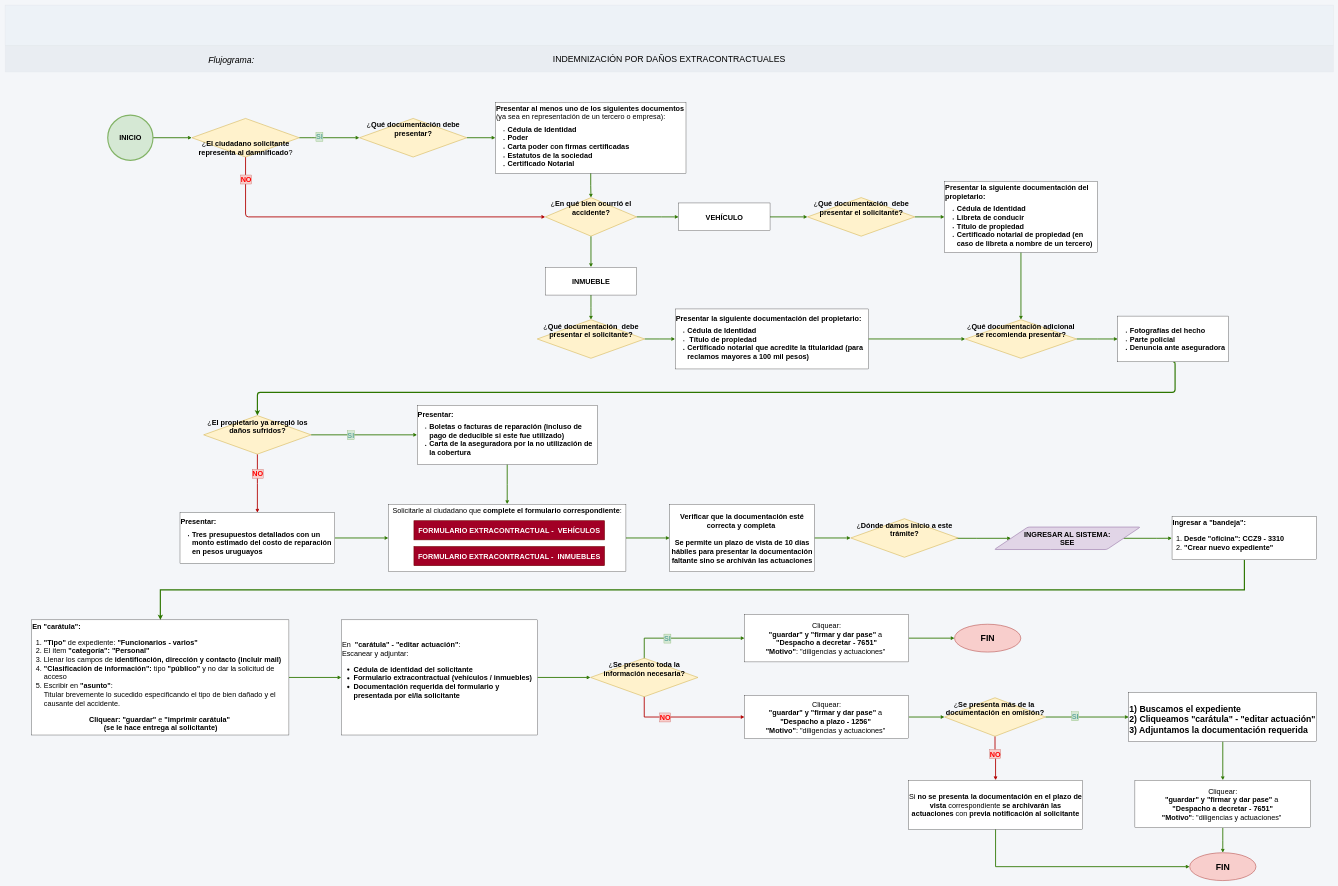
This is daños_extracontractuales/Daños_extracontractuales.drawio from adlc20/Manual_de_procedimientos_ccz9, a draw.io file, before an edit. Source tidied: cells renumbered, new cells numbered last; positions are measured from the earlier drawing's top-left corner, leaving out a move shared by most shapes. Both pictures are drawn from the tidied source at 29%, with x=0, y=0 at pixel (5, 5).
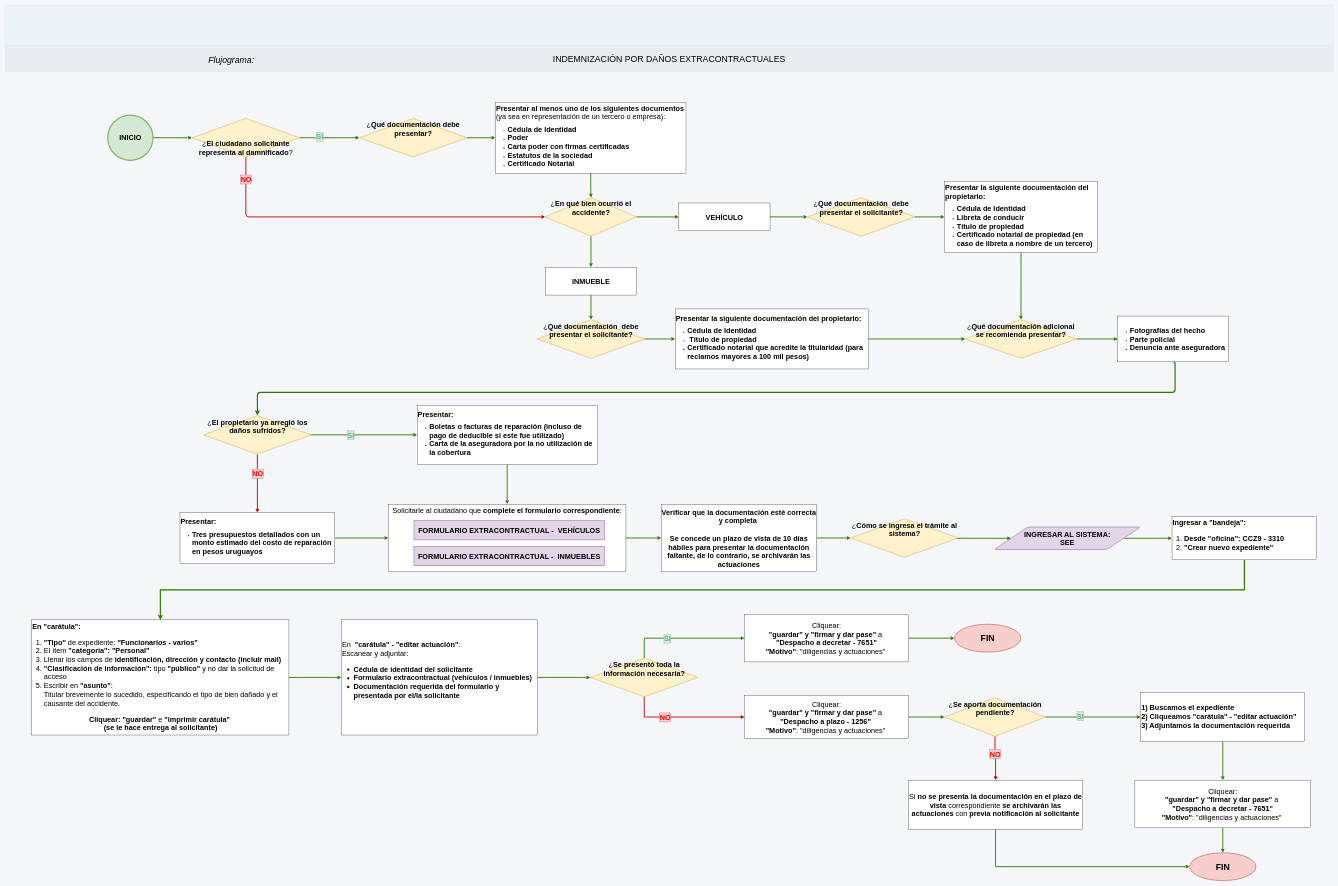
Above is the later version.

Change to the diagram source:
```diff
@@
     <mxCell id="12" value="&lt;span style=&quot;font-size: 25px; background-color: transparent; color: light-dark(rgb(0, 0, 0), rgb(255, 255, 255));&quot;&gt;¿&lt;b&gt;El ciudadano solicitante representa al&lt;/b&gt;&lt;/span&gt;&lt;b style=&quot;background-color: transparent; color: light-dark(rgb(0, 0, 0), rgb(255, 255, 255)); font-size: 25px; text-decoration-line: inherit;&quot;&gt;&amp;nbsp;damnificado&lt;/b&gt;&lt;span style=&quot;background-color: transparent; color: light-dark(rgb(0, 0, 0), rgb(255, 255, 255)); font-size: 25px; text-decoration-line: inherit;&quot;&gt;?&lt;/span&gt;" style="rhombus;whiteSpace=wrap;html=1;shapeInside=1;fillColor=#fff2cc;strokeColor=#d6b656;strokeWidth=2;verticalAlign=bottom;align=center;fontFamily=Helvetica;fontSize=12;fontColor=default;fontStyle=0;" parent="1" vertex="1">
-      <mxGeometry x="644" y="390.9" width="370.5" height="133" as="geometry" />
+      <mxGeometry x="645" y="390.9" width="370.5" height="133" as="geometry" />
     </mxCell>
@@
     <mxCell id="31" value="&lt;font style=&quot;font-size: 25px;&quot;&gt;&lt;b&gt;Presentar la siguiente documentación del propietario:&lt;/b&gt;&lt;/font&gt;&lt;div&gt;&lt;ul&gt;&lt;li&gt;&lt;font style=&quot;font-size: 25px;&quot;&gt;&lt;b&gt;Cédula de Identidad&lt;/b&gt;&lt;/font&gt;&lt;/li&gt;&lt;li&gt;&lt;font style=&quot;font-size: 25px;&quot;&gt;&lt;b&gt;Libreta de conducir&amp;nbsp;&lt;/b&gt;&lt;/font&gt;&lt;/li&gt;&lt;li&gt;&lt;font style=&quot;font-size: 25px;&quot;&gt;&lt;b&gt;Título de propiedad&amp;nbsp;&lt;/b&gt;&lt;/font&gt;&lt;/li&gt;&lt;li&gt;&lt;font style=&quot;font-size: 25px;&quot;&gt;&lt;b&gt;Certificado notarial de propiedad (en caso de libreta a nombre de un tercero)&lt;/b&gt;&lt;/font&gt;&lt;/li&gt;&lt;/ul&gt;&lt;/div&gt;" style="rounded=0;whiteSpace=wrap;html=1;align=left;verticalAlign=top;" parent="1" vertex="1">
-      <mxGeometry x="3239.5" y="608" width="527" height="244.8" as="geometry" />
+      <mxGeometry x="3239.5" y="608" width="527.5" height="244.8" as="geometry" />
     </mxCell>
@@
-    <mxCell id="52" value="&lt;span style=&quot;font-size: 25px; background-color: transparent; color: light-dark(rgb(0, 0, 0), rgb(255, 255, 255));&quot;&gt;¿&lt;b&gt;Dónde damos inicio a este trámite?&lt;/b&gt;&lt;/span&gt;" style="rhombus;whiteSpace=wrap;html=1;shapeInside=1;fillColor=#fff2cc;strokeColor=#d6b656;strokeWidth=2;verticalAlign=top;align=center;fontFamily=Helvetica;fontSize=12;fontColor=default;fontStyle=0;" parent="1" vertex="1">
+    <mxCell id="52" value="&lt;span style=&quot;font-size: 25px; background-color: transparent; color: light-dark(rgb(0, 0, 0), rgb(255, 255, 255));&quot;&gt;¿&lt;b&gt;Cómo se ingresa el trámite al sistema?&lt;/b&gt;&lt;/span&gt;" style="rhombus;whiteSpace=wrap;html=1;shapeInside=1;fillColor=#fff2cc;strokeColor=#d6b656;strokeWidth=2;verticalAlign=top;align=center;fontFamily=Helvetica;fontSize=12;fontColor=default;fontStyle=0;" parent="1" vertex="1">
       <mxGeometry x="2916" y="1771.1" width="370.5" height="133" as="geometry" />
     </mxCell>
@@
-    <mxCell id="54" value="&lt;span style=&quot;color: rgb(0, 0, 0);&quot;&gt;&lt;b&gt;En &quot;carátula&quot;:&lt;/b&gt;&amp;nbsp;&lt;/span&gt;&lt;div&gt;&lt;ol&gt;&lt;li&gt;&lt;span style=&quot;color: rgb(0, 0, 0);&quot;&gt;&lt;span&gt;&lt;b&gt;&quot;Tipo&quot;&lt;/b&gt; de expediente: &lt;b&gt;&quot;Funcionarios - varios&quot;&lt;/b&gt;&amp;nbsp;&lt;/span&gt;&lt;/span&gt;&lt;/li&gt;&lt;li&gt;&lt;span style=&quot;color: rgb(0, 0, 0);&quot;&gt;El ítem&lt;b&gt; &quot;categoría&quot;: &quot;Personal&quot;&lt;/b&gt;&lt;/span&gt;&lt;/li&gt;&lt;li&gt;&lt;span style=&quot;color: rgb(0, 0, 0);&quot;&gt;Llenar los campos de &lt;b&gt;identificación, dirección y contacto (incluir mail)&lt;/b&gt;&lt;/span&gt;&lt;/li&gt;&lt;li&gt;&lt;span style=&quot;color: rgb(0, 0, 0);&quot;&gt;&lt;b&gt;&quot;Clasificación de información&quot;:&lt;/b&gt; tipo &lt;b&gt;&quot;público&quot;&lt;/b&gt; y no dar la solicitud de acceso&lt;/span&gt;&lt;/li&gt;&lt;li&gt;&lt;span style=&quot;color: rgb(0, 0, 0);&quot;&gt;Escribir en&lt;b&gt; &quot;asunto&quot;&lt;/b&gt;:&amp;nbsp;&lt;/span&gt;&lt;font style=&quot;text-align: center; background-color: transparent;&quot;&gt;&lt;div style=&quot;text-align: left;&quot;&gt;Titular brevemente lo sucedido especificando el tipo de bien dañado y el causante del accidente.&lt;/div&gt;&lt;/font&gt;&lt;/li&gt;&lt;/ol&gt;&lt;div style=&quot;text-align: center;&quot;&gt;&lt;b&gt;Cliquear: &quot;guardar&quot;&lt;/b&gt; e&lt;b&gt; &quot;imprimir carátula&quot;&amp;nbsp;&lt;/b&gt;&lt;/div&gt;&lt;div style=&quot;text-align: center;&quot;&gt;&lt;b&gt;(se le hace entrega al solicitante)&lt;/b&gt;&lt;/div&gt;&lt;/div&gt;" style="rounded=0;whiteSpace=wrap;html=1;align=left;fontSize=25;verticalAlign=top;" parent="1" vertex="1">
+    <mxCell id="54" value="&lt;span style=&quot;color: rgb(0, 0, 0);&quot;&gt;&lt;b&gt;En &quot;carátula&quot;:&lt;/b&gt;&amp;nbsp;&lt;/span&gt;&lt;div&gt;&lt;ol&gt;&lt;li&gt;&lt;span style=&quot;color: rgb(0, 0, 0);&quot;&gt;&lt;span&gt;&lt;b&gt;&quot;Tipo&quot;&lt;/b&gt; de expediente: &lt;b&gt;&quot;Funcionarios - varios&quot;&lt;/b&gt;&amp;nbsp;&lt;/span&gt;&lt;/span&gt;&lt;/li&gt;&lt;li&gt;&lt;span style=&quot;color: rgb(0, 0, 0);&quot;&gt;El ítem&lt;b&gt; &quot;categoría&quot;: &quot;Personal&quot;&lt;/b&gt;&lt;/span&gt;&lt;/li&gt;&lt;li&gt;&lt;span style=&quot;color: rgb(0, 0, 0);&quot;&gt;Llenar los campos de &lt;b&gt;identificación, dirección y contacto (incluir mail)&lt;/b&gt;&lt;/span&gt;&lt;/li&gt;&lt;li&gt;&lt;span style=&quot;color: rgb(0, 0, 0);&quot;&gt;&lt;b&gt;&quot;Clasificación de información&quot;:&lt;/b&gt; tipo &lt;b&gt;&quot;público&quot;&lt;/b&gt; y no dar la solicitud de acceso&lt;/span&gt;&lt;/li&gt;&lt;li&gt;&lt;span style=&quot;color: rgb(0, 0, 0);&quot;&gt;Escribir en&lt;b&gt; &quot;asunto&quot;&lt;/b&gt;:&amp;nbsp;&lt;/span&gt;&lt;font style=&quot;text-align: center; background-color: transparent;&quot;&gt;&lt;div style=&quot;text-align: left;&quot;&gt;Titular brevemente lo sucedido, especificando el tipo de bien dañado y el causante del accidente.&lt;/div&gt;&lt;/font&gt;&lt;/li&gt;&lt;/ol&gt;&lt;div style=&quot;text-align: center;&quot;&gt;&lt;b&gt;Cliquear: &quot;guardar&quot;&lt;/b&gt; e&lt;b&gt; &quot;imprimir carátula&quot;&amp;nbsp;&lt;/b&gt;&lt;/div&gt;&lt;div style=&quot;text-align: center;&quot;&gt;&lt;b&gt;(se le hace entrega al solicitante)&lt;/b&gt;&lt;/div&gt;&lt;/div&gt;" style="rounded=0;whiteSpace=wrap;html=1;align=left;fontSize=25;verticalAlign=top;" parent="1" vertex="1">
       <mxGeometry x="92" y="2120" width="886.8" height="397" as="geometry" />
     </mxCell>
@@
-    <mxCell id="57" value="&lt;font style=&quot;font-size: 25px;&quot;&gt;&lt;b&gt;FORMULARIO EXTRACONTRACTUAL -&amp;nbsp; VEHÍCULOS&lt;/b&gt;&lt;/font&gt;" style="text;html=1;whiteSpace=wrap;strokeColor=#6F0000;fillColor=#a20025;align=center;verticalAlign=middle;rounded=0;strokeWidth=2;fontColor=#ffffff;" parent="1" vertex="1">
+    <mxCell id="57" value="&lt;font style=&quot;font-size: 25px;&quot;&gt;&lt;b&gt;FORMULARIO EXTRACONTRACTUAL -&amp;nbsp; VEHÍCULOS&lt;/b&gt;&lt;/font&gt;" style="text;html=1;whiteSpace=wrap;strokeColor=#9673a6;fillColor=#e1d5e7;align=center;verticalAlign=middle;rounded=0;strokeWidth=2;" parent="1" vertex="1">
       <mxGeometry x="1409.9" y="1778.1" width="657" height="66" as="geometry" />
     </mxCell>
-    <mxCell id="58" value="&lt;font style=&quot;font-size: 25px;&quot;&gt;&lt;b&gt;FORMULARIO EXTRACONTRACTUAL -&amp;nbsp; INMUEBLES&lt;/b&gt;&lt;/font&gt;" style="text;html=1;whiteSpace=wrap;strokeColor=#6F0000;fillColor=#a20025;align=center;verticalAlign=middle;rounded=0;strokeWidth=2;fontColor=#ffffff;" parent="1" vertex="1">
+    <mxCell id="58" value="&lt;font style=&quot;font-size: 25px;&quot;&gt;&lt;b&gt;FORMULARIO EXTRACONTRACTUAL -&amp;nbsp; INMUEBLES&lt;/b&gt;&lt;/font&gt;" style="text;html=1;whiteSpace=wrap;strokeColor=#9673a6;fillColor=#e1d5e7;align=center;verticalAlign=middle;rounded=0;strokeWidth=2;" parent="1" vertex="1">
       <mxGeometry x="1409.9" y="1867.1" width="657" height="66" as="geometry" />
     </mxCell>
@@
-    <mxCell id="63" value="&lt;b&gt;Verificar que la documentación esté correcta y completa&lt;/b&gt;&amp;nbsp;&lt;div&gt;&lt;br&gt;&lt;div&gt;&lt;div&gt;&lt;b&gt;Se permite un plazo de vista de 10 días hábiles para presentar la documentación faltante sino se archiván las actuaciones&lt;/b&gt;&lt;/div&gt;&lt;/div&gt;&lt;/div&gt;" style="rounded=0;whiteSpace=wrap;html=1;align=center;fontSize=25;" parent="1" vertex="1">
-      <mxGeometry x="2292" y="1721.1" width="499" height="233" as="geometry" />
+    <mxCell id="63" value="&lt;b&gt;Verificar que la documentación esté correcta y completa&lt;/b&gt;&amp;nbsp;&lt;div&gt;&lt;br&gt;&lt;div&gt;&lt;div&gt;&lt;b&gt;Se concede un plazo de vista de 10 días hábiles para presentar la documentación faltante, de lo contrario, se archivarán las actuaciones&lt;/b&gt;&lt;/div&gt;&lt;/div&gt;&lt;/div&gt;" style="rounded=0;whiteSpace=wrap;html=1;align=center;fontSize=25;" parent="1" vertex="1">
+      <mxGeometry x="2263" y="1721.1" width="535" height="233" as="geometry" />
     </mxCell>
@@
-    <mxCell id="68" value="&lt;span style=&quot;font-size: 25px; background-color: transparent; color: light-dark(rgb(0, 0, 0), rgb(255, 255, 255));&quot;&gt;¿&lt;b&gt;Se presento toda la información necesaria?&lt;/b&gt;&lt;/span&gt;" style="rhombus;whiteSpace=wrap;html=1;shapeInside=1;fillColor=#fff2cc;strokeColor=#d6b656;strokeWidth=2;verticalAlign=top;align=center;fontFamily=Helvetica;fontSize=12;fontColor=default;fontStyle=0;" parent="1" vertex="1">
+    <mxCell id="68" value="&lt;span style=&quot;font-size: 25px; background-color: transparent; color: light-dark(rgb(0, 0, 0), rgb(255, 255, 255));&quot;&gt;¿&lt;b&gt;Se presentó toda la información necesaria?&lt;/b&gt;&lt;/span&gt;" style="rhombus;whiteSpace=wrap;html=1;shapeInside=1;fillColor=#fff2cc;strokeColor=#d6b656;strokeWidth=2;verticalAlign=top;align=center;fontFamily=Helvetica;fontSize=12;fontColor=default;fontStyle=0;" parent="1" vertex="1">
       <mxGeometry x="2018.8" y="2252" width="370.5" height="133" as="geometry" />
     </mxCell>
@@
-    <mxCell id="72" value="&lt;b&gt;&lt;br&gt;&lt;/b&gt;&lt;div&gt;&lt;span style=&quot;font-size: 30px;&quot;&gt;&lt;b&gt;1) Buscamos el expediente&lt;/b&gt;&lt;/span&gt;&lt;/div&gt;&lt;div&gt;&lt;span style=&quot;font-size: 30px;&quot;&gt;&lt;b&gt;2) Cliqueamos &quot;carátula&quot; - &quot;editar actuación&quot;&lt;/b&gt;&lt;/span&gt;&lt;/div&gt;&lt;div&gt;&lt;span style=&quot;font-size: 30px;&quot;&gt;&lt;b&gt;3) Adjuntamos la documentación requerida&lt;/b&gt;&lt;/span&gt;&lt;/div&gt;" style="rounded=0;whiteSpace=wrap;html=1;align=left;" parent="1" vertex="1">
-      <mxGeometry x="3875" y="2370.5" width="648" height="169" as="geometry" />
+    <mxCell id="72" value="&lt;b&gt;&lt;font face=&quot;Helvetica&quot; style=&quot;font-size: 25px;&quot;&gt;&lt;br&gt;&lt;/font&gt;&lt;/b&gt;&lt;div&gt;&lt;b&gt;&lt;font face=&quot;Helvetica&quot; style=&quot;font-size: 25px;&quot;&gt;1) Buscamos el expediente&lt;/font&gt;&lt;/b&gt;&lt;/div&gt;&lt;div&gt;&lt;b&gt;&lt;font face=&quot;Helvetica&quot; style=&quot;font-size: 25px;&quot;&gt;2) Cliqueamos &quot;carátula&quot; - &quot;editar actuación&quot;&lt;/font&gt;&lt;/b&gt;&lt;/div&gt;&lt;div&gt;&lt;b style=&quot;&quot;&gt;&lt;font face=&quot;Helvetica&quot; style=&quot;font-size: 25px;&quot;&gt;3) Adjuntamos la documentación requerida&lt;/font&gt;&lt;/b&gt;&lt;/div&gt;" style="rounded=0;whiteSpace=wrap;html=1;align=left;verticalAlign=top;" parent="1" vertex="1">
+      <mxGeometry x="3916" y="2370.5" width="566" height="169" as="geometry" />
     </mxCell>
@@
-    <mxCell id="76" value="&lt;span style=&quot;font-size: 25px; background-color: transparent; color: light-dark(rgb(0, 0, 0), rgb(255, 255, 255));&quot;&gt;¿&lt;b&gt;Se presenta más de la&amp;nbsp; documentación&amp;nbsp;&lt;/b&gt;&lt;/span&gt;&lt;span style=&quot;font-size: 25px; background-color: transparent; color: light-dark(rgb(0, 0, 0), rgb(255, 255, 255));&quot;&gt;&lt;b&gt;en omisión?&lt;/b&gt;&lt;/span&gt;" style="rhombus;whiteSpace=wrap;html=1;shapeInside=1;fillColor=#fff2cc;strokeColor=#d6b656;strokeWidth=2;verticalAlign=top;align=center;fontFamily=Helvetica;fontSize=12;fontColor=default;fontStyle=0;" parent="1" vertex="1">
+    <mxCell id="76" value="&lt;span style=&quot;font-size: 25px; background-color: transparent; color: light-dark(rgb(0, 0, 0), rgb(255, 255, 255));&quot;&gt;¿&lt;b&gt;Se aporta documentación pendiente&lt;/b&gt;&lt;/span&gt;&lt;span style=&quot;font-size: 25px; background-color: transparent; color: light-dark(rgb(0, 0, 0), rgb(255, 255, 255));&quot;&gt;&lt;b&gt;?&lt;/b&gt;&lt;/span&gt;" style="rhombus;whiteSpace=wrap;html=1;shapeInside=1;fillColor=#fff2cc;strokeColor=#d6b656;strokeWidth=2;verticalAlign=top;align=center;fontFamily=Helvetica;fontSize=12;fontColor=default;fontStyle=0;" parent="1" vertex="1">
       <mxGeometry x="3239.5" y="2388.5" width="348.1" height="133" as="geometry" />
     </mxCell>
```
